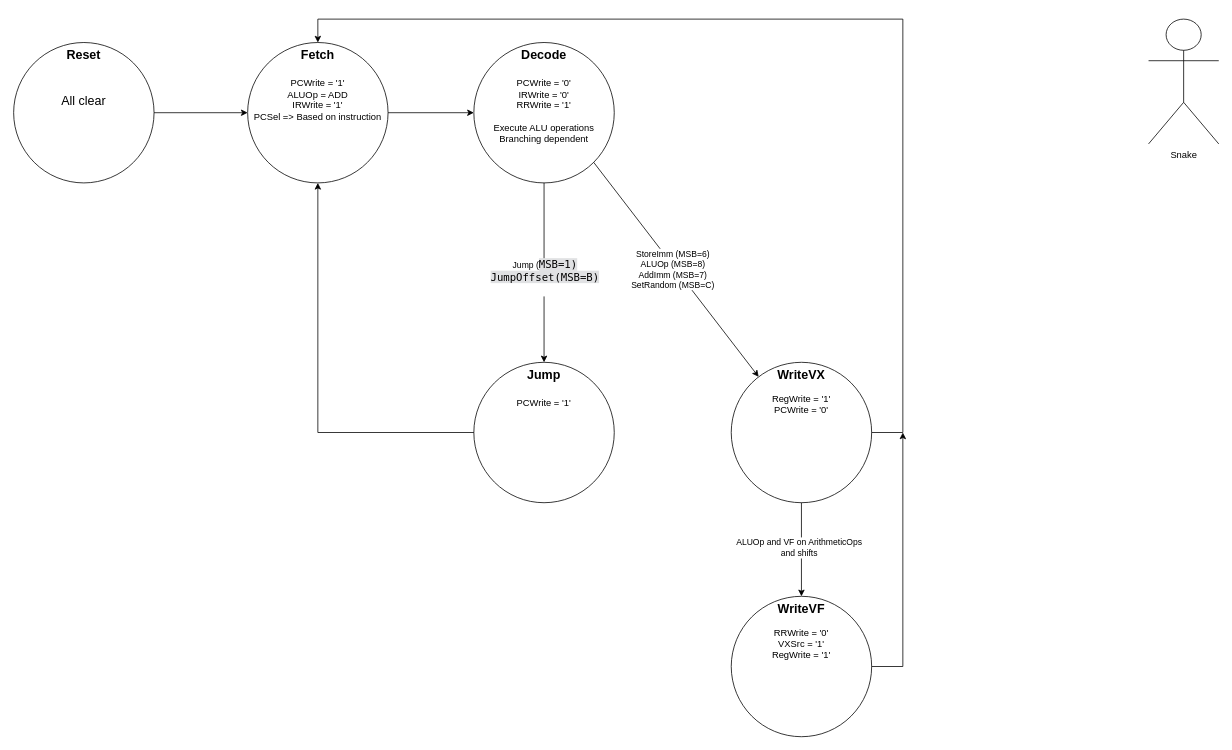
Earlier version of the draw.io diagram docs/InstructionDecoder_StateMachine.drawio (Rutele/VChip8). Source tidied: cells renumbered, new cells numbered last; positions are measured from the earlier drawing's top-left corner, leaving out a move shared by most shapes. Both pictures are drawn from the tidied source at 78%, with x=0, y=0 at pixel (13, 19).
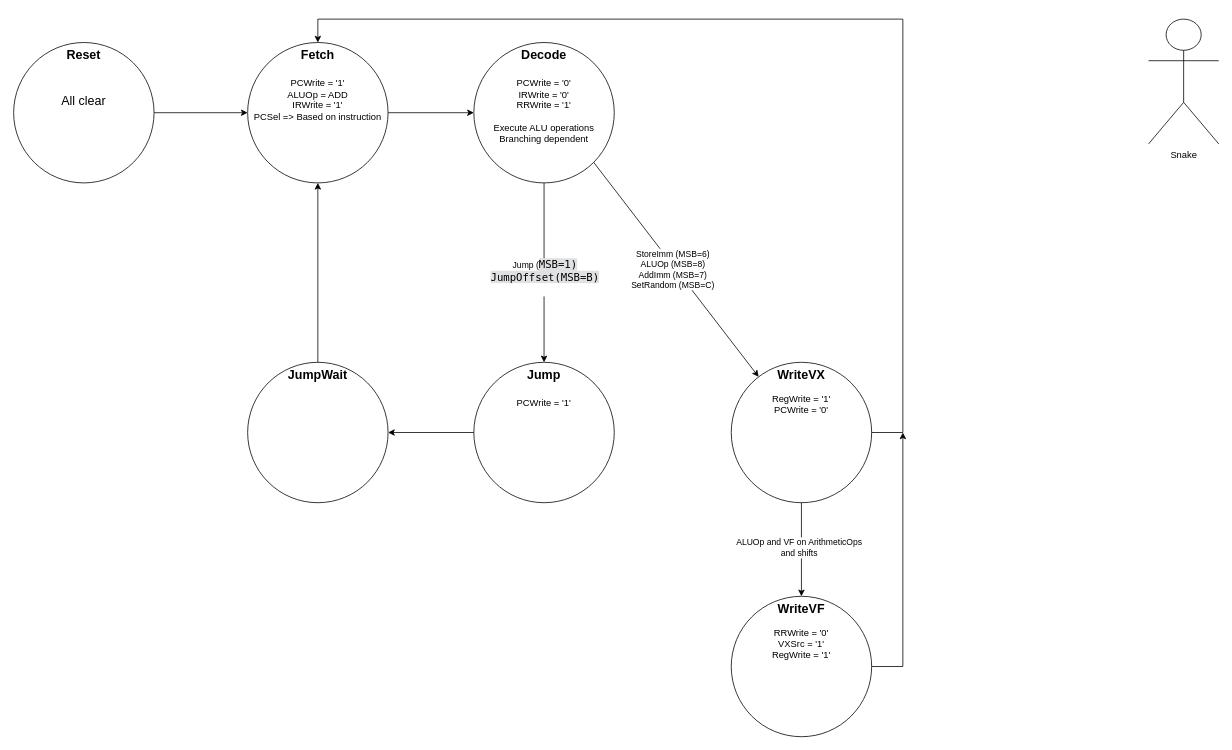
The same page after the edit.

Commit message:
Updated the FSM diagram

The change refers to these unchanged cells:
```xml
<mxCell id="2" value="&lt;b&gt;&lt;font style=&quot;font-size: 16px;&quot;&gt;Fetch&lt;/font&gt;&lt;/b&gt;&lt;div&gt;&lt;span style=&quot;font-size: 16px;&quot;&gt;&lt;b&gt;&lt;br&gt;&lt;/b&gt;&lt;/span&gt;&lt;div&gt;&lt;div&gt;PCWrite = '1'&lt;/div&gt;&lt;/div&gt;&lt;/div&gt;&lt;div&gt;ALUOp = ADD&lt;/div&gt;&lt;div&gt;IRWrite = '1'&lt;/div&gt;&lt;div&gt;PCSel =&amp;gt; Based on instruction&lt;/div&gt;" style="ellipse;whiteSpace=wrap;html=1;verticalAlign=top;" parent="1" vertex="1">
  <mxGeometry x="300" y="30" width="180" height="180" as="geometry" />
</mxCell>
<mxCell id="18" value="&lt;div&gt;&lt;span style=&quot;font-size: 16px;&quot;&gt;&lt;b&gt;Jump&lt;/b&gt;&lt;/span&gt;&lt;/div&gt;&lt;div&gt;&lt;span style=&quot;font-size: 16px;&quot;&gt;&lt;b&gt;&lt;br&gt;&lt;/b&gt;&lt;/span&gt;&lt;div&gt;&lt;div&gt;PCWrite = '1'&lt;/div&gt;&lt;/div&gt;&lt;/div&gt;" style="ellipse;whiteSpace=wrap;html=1;verticalAlign=top;" parent="1" vertex="1">
  <mxGeometry x="590" y="440" width="180" height="180" as="geometry" />
</mxCell>
```

The edit, as a diff of the source:
```diff
@@
-    <mxCell id="19" style="endArrow=classic;html=1;rounded=0;exitX=0;exitY=0.5;exitDx=0;exitDy=0;entryX=0.5;entryY=1;entryDx=0;entryDy=0;" parent="1" edge="1" source="18" target="2">
-      <mxGeometry relative="1" as="geometry">
-        <Array as="points">
-          <mxPoint x="390" y="530" />
-        </Array>
-      </mxGeometry>
-    </mxCell>
+    <mxCell id="20" value="&lt;div&gt;&lt;span style=&quot;font-size: 16px;&quot;&gt;&lt;b&gt;JumpWait&lt;/b&gt;&lt;/span&gt;&lt;/div&gt;&lt;div&gt;&lt;br&gt;&lt;/div&gt;" style="ellipse;whiteSpace=wrap;html=1;verticalAlign=top;" parent="1" vertex="1">
+      <mxGeometry x="300" y="440" width="180" height="180" as="geometry" />
+    </mxCell>
+    <mxCell id="21" style="endArrow=classic;html=1;rounded=0;exitX=0;exitY=0.5;exitDx=0;exitDy=0;entryX=1;entryY=0.5;entryDx=0;entryDy=0;" parent="1" edge="1" source="18" target="20">
+      <mxGeometry relative="1" as="geometry" />
+    </mxCell>
+    <mxCell id="22" style="endArrow=classic;html=1;rounded=0;exitX=0.5;exitY=0;exitDx=0;exitDy=0;entryX=0.5;entryY=1;entryDx=0;entryDy=0;" parent="1" edge="1" source="20" target="2">
+      <mxGeometry relative="1" as="geometry" />
+    </mxCell>
```
